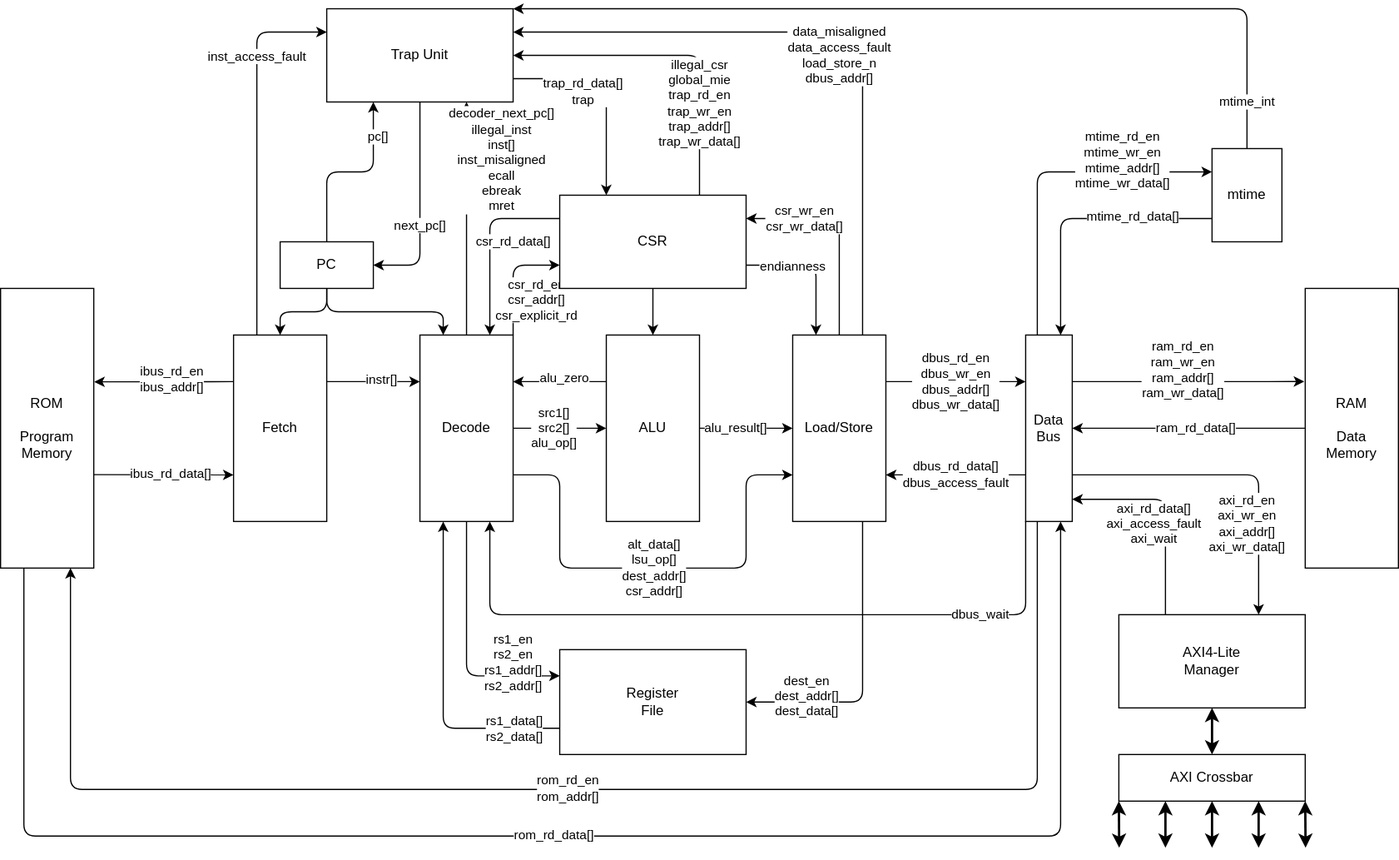
Before: docs/figures/BlockDiagram.drawio.svg, a diagram exported from draw.io (dhad4g/Lexington). Source tidied: cells renumbered, new cells last; positions are measured from the earlier drawing's top-left corner, leaving out a move shared by most shapes.
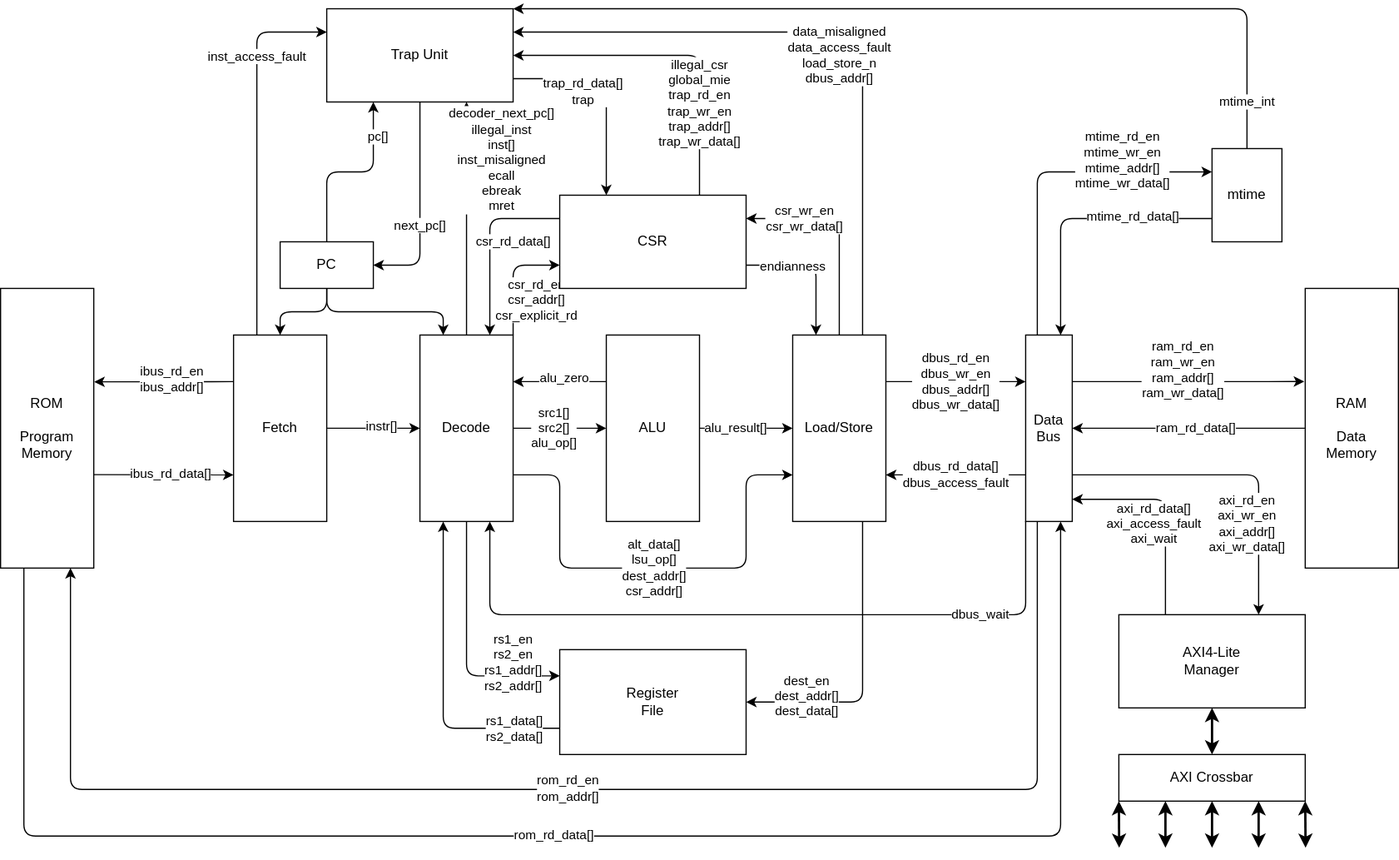
Above is the later version.

What changed in the source:
```diff
@@ -18,7 +18,7 @@
         <mxPoint x="-12" as="offset" />
       </mxGeometry>
     </mxCell>
-    <mxCell id="6" style="edgeStyle=orthogonalEdgeStyle;html=1;exitX=1;exitY=0.25;exitDx=0;exitDy=0;entryX=0;entryY=0.25;entryDx=0;entryDy=0;" parent="1" edge="1" source="10" target="20">
+    <mxCell id="6" style="edgeStyle=orthogonalEdgeStyle;html=1;exitX=1;exitY=0.5;exitDx=0;exitDy=0;entryX=0;entryY=0.5;entryDx=0;entryDy=0;" parent="1" edge="1" source="10" target="20">
       <mxGeometry relative="1" as="geometry" />
     </mxCell>
     <mxCell id="7" value="instr[]" style="edgeLabel;html=1;align=center;verticalAlign=middle;" parent="6" vertex="1">
@@ -307,9 +307,6 @@
         <mxPoint x="18" as="offset" />
       </mxGeometry>
     </mxCell>
-    <mxCell id="73" style="edgeStyle=none;html=1;" parent="1" edge="1" source="74" target="61">
-      <mxGeometry relative="1" as="geometry" />
-    </mxCell>
     <mxCell id="74" value="CSR" style="rounded=0;whiteSpace=wrap;html=1;" parent="1" vertex="1">
       <mxGeometry x="480" y="160" width="160" height="80" as="geometry" />
     </mxCell>
```
